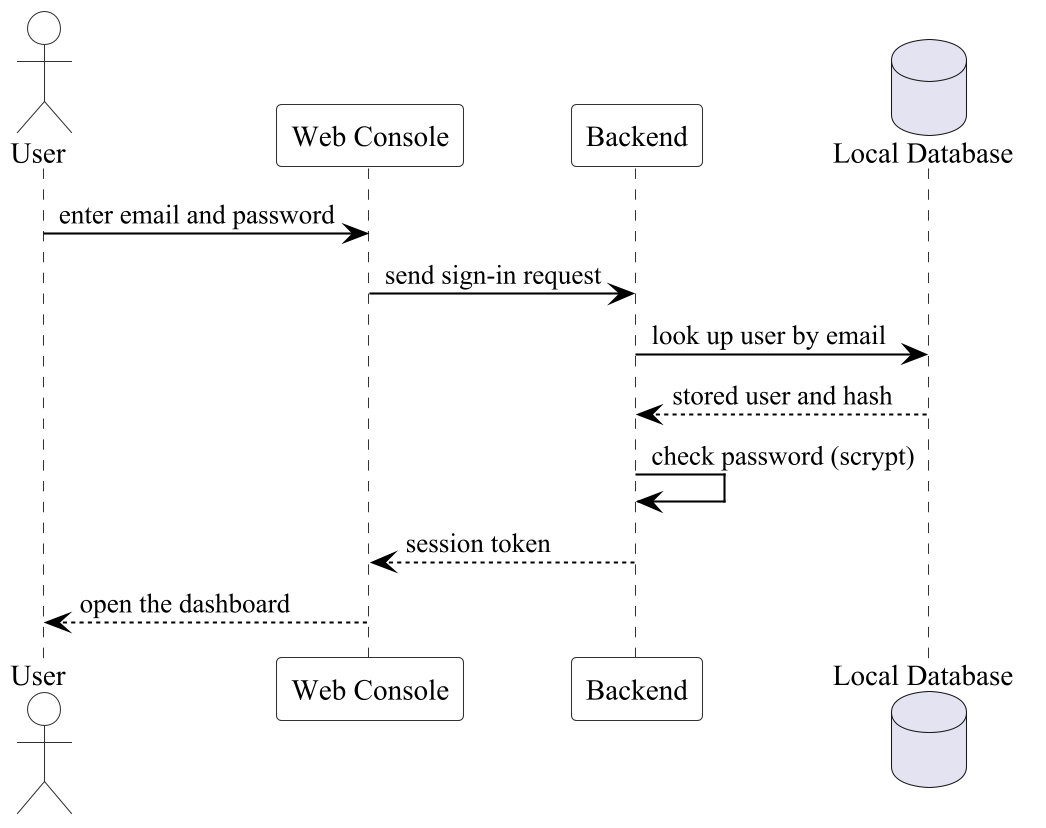
Above: final report elissa/umls/img/seq-signin.png in elissaaamez/LeadDesk (PlantUML), before the change.
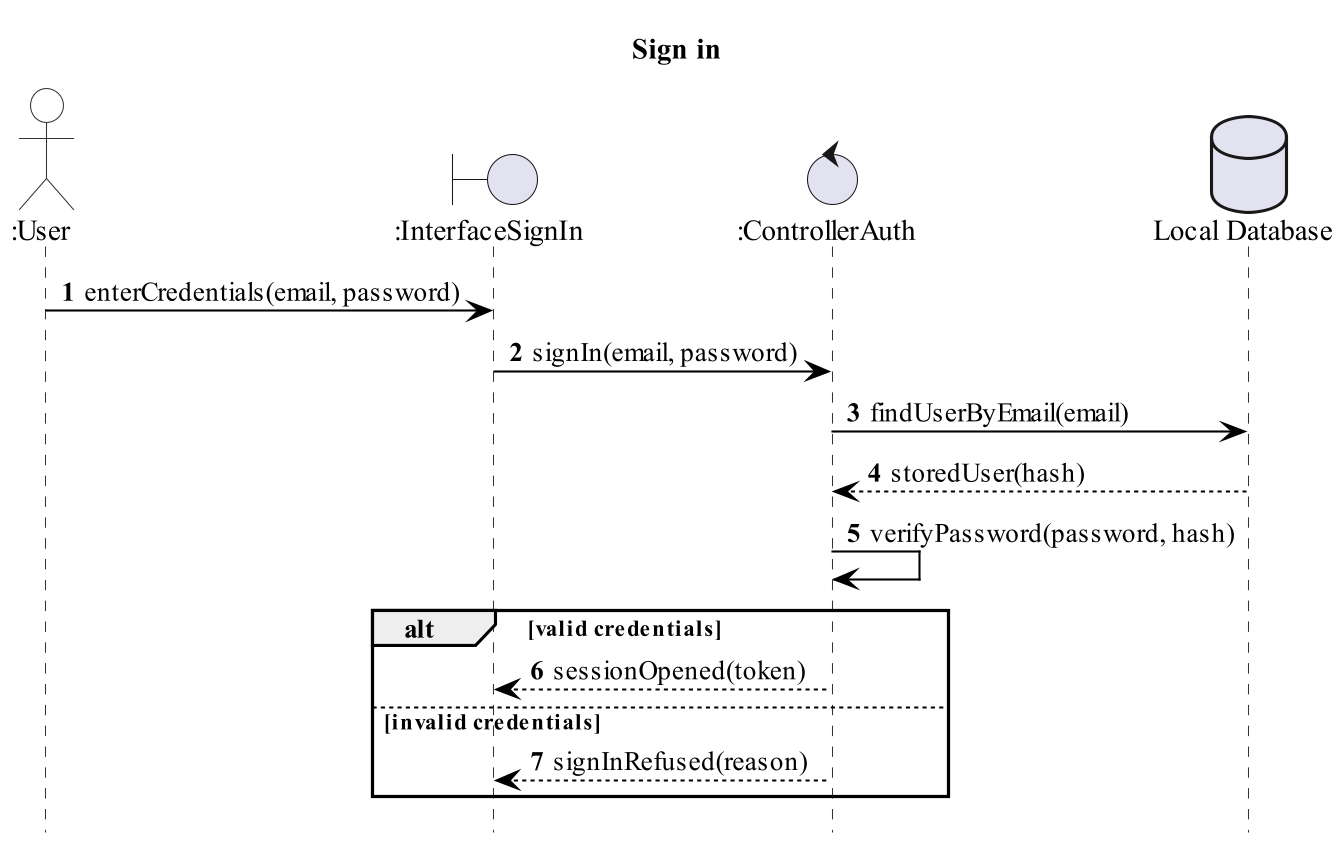
The same file after the commit.

What changed in the source:
```diff
@@ -2,6 +2,7 @@
 skinparamlocked dpi 200
 skinparam backgroundColor transparent
 skinparam shadowing false
+skinparam maxMessageSize 200
 skinparam defaultFontName Times New Roman
 skinparam sequence {
   ArrowColor #000000
@@ -16,16 +17,23 @@
   DatabaseBackgroundColor #FFFFFF
   DatabaseBorderColor #333333
 }
-actor User
-participant "Web Console" as Console
-participant "Backend" as Backend
+hide footbox
+autonumber
+title Sign in
+
+actor ":User" as User
+boundary ":InterfaceSignIn" as UI
+control ":ControllerAuth" as Auth
 database "Local Database" as DB
 
-User -> Console : enter email and password
-Console -> Backend : send sign-in request
-Backend -> DB : look up user by email
-DB --> Backend : stored user and hash
-Backend -> Backend : check password (scrypt)
-Backend --> Console : session token
-Console --> User : open the dashboard
+User -> UI : enterCredentials(email, password)
+UI -> Auth : signIn(email, password)
+Auth -> DB : findUserByEmail(email)
+DB --> Auth : storedUser(hash)
+Auth -> Auth : verifyPassword(password, hash)
+alt valid credentials
+  Auth --> UI : sessionOpened(token)
+else invalid credentials
+  Auth --> UI : signInRefused(reason)
+end
 @enduml
```
